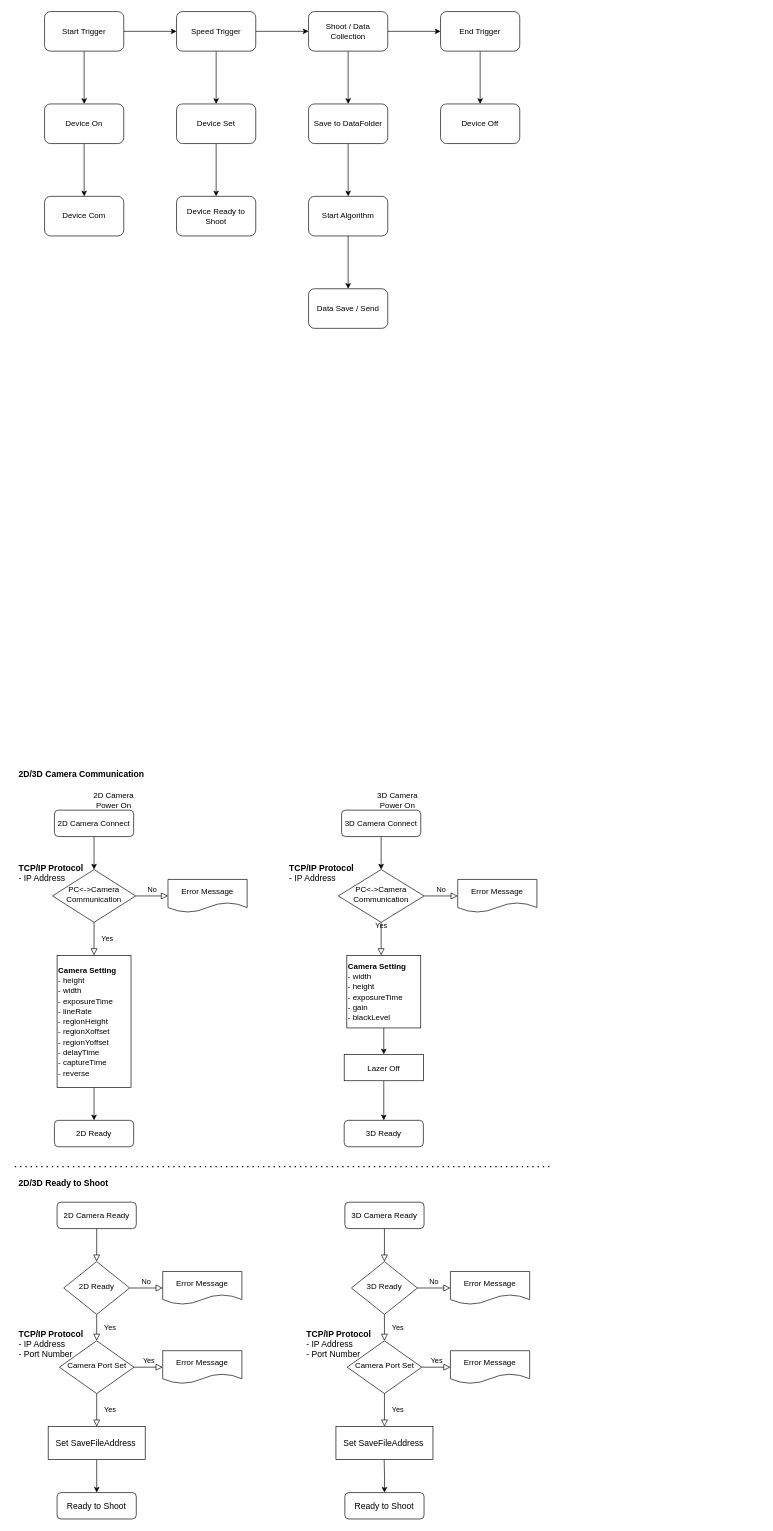
Before: 제목 없는 다이어그램.drawio in Mori2222/rpfirst, a draw.io diagram. Source tidied: cells renumbered, new cells numbered last; positions are measured from the earlier drawing's top-left corner, leaving out a move shared by most shapes. Both pictures are drawn from the tidied source at 66%, with x=0, y=0 at pixel (11, 11).
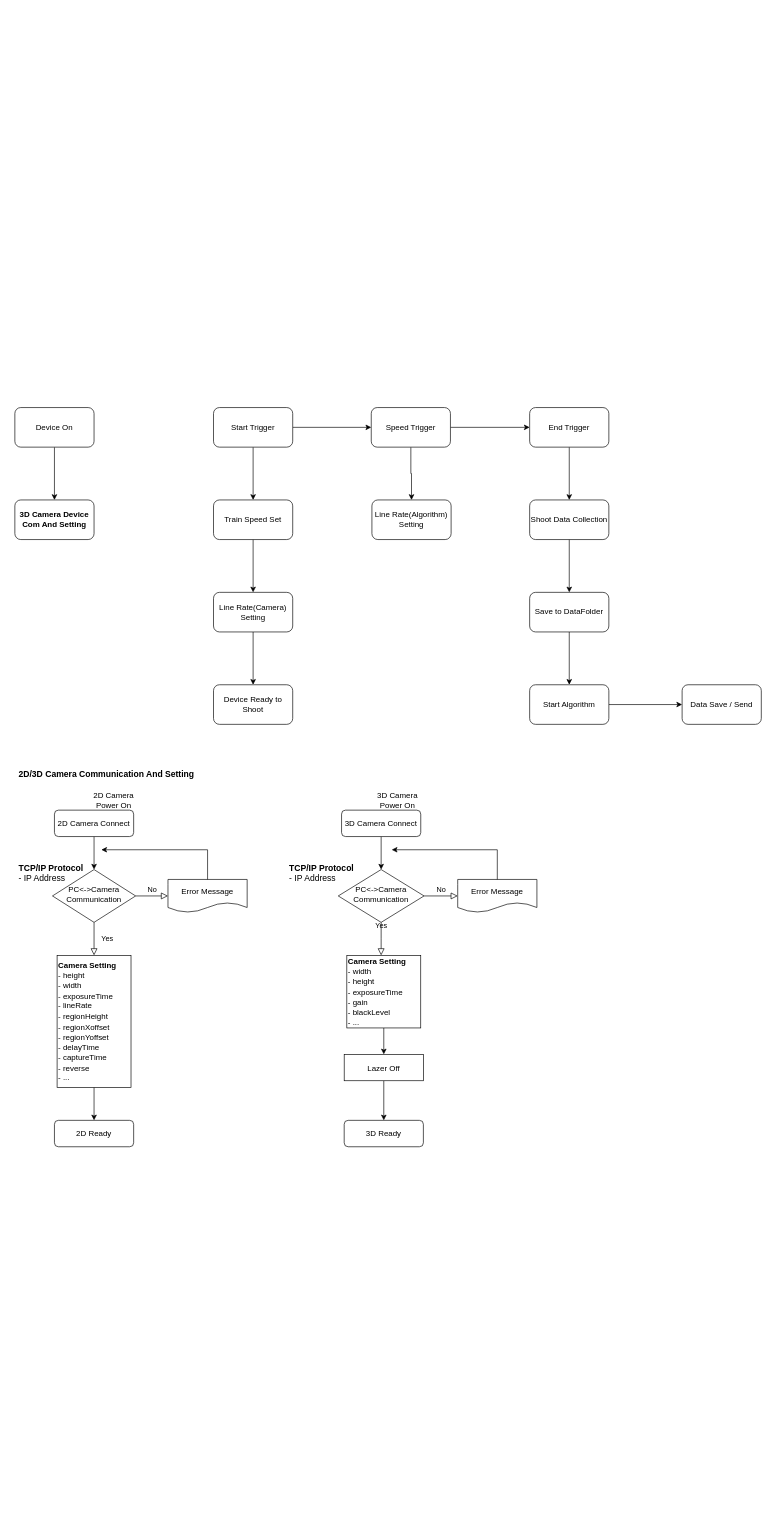
The same diagram, later.

Commit message:
제목 없는 다이어그램.drawio 업데이트

Unchanged cells that the change refers to:
```xml
<mxCell id="23" value="Error Message" style="shape=document;whiteSpace=wrap;html=1;boundedLbl=1;" parent="1" vertex="1">
  <mxGeometry x="237" y="1315" width="120" height="50" as="geometry" />
</mxCell>
<mxCell id="24" value="Error Message" style="shape=document;whiteSpace=wrap;html=1;boundedLbl=1;" parent="1" vertex="1">
  <mxGeometry x="676" y="1315" width="120" height="50" as="geometry" />
</mxCell>
```

Change to the diagram source:
```diff
@@
-    <mxCell id="15" style="rounded=0;html=1;jettySize=auto;fontSize=11;endArrow=block;endFill=0;endSize=8;strokeWidth=1;shadow=0;labelBackgroundColor=none;edgeStyle=orthogonalEdgeStyle;" parent="1" edge="1" source="16" target="19">
-      <mxGeometry relative="1" as="geometry" />
-    </mxCell>
-    <mxCell id="16" value="2D Camera Ready" style="rounded=1;whiteSpace=wrap;html=1;fontSize=12;glass=0;strokeWidth=1;shadow=0;" parent="1" vertex="1">
-      <mxGeometry x="69" y="1804" width="120" height="40" as="geometry" />
-    </mxCell>
-    <mxCell id="17" value="Yes" style="rounded=0;html=1;jettySize=auto;fontSize=11;endArrow=block;endFill=0;endSize=8;strokeWidth=1;shadow=0;labelBackgroundColor=none;edgeStyle=orthogonalEdgeStyle;" parent="1" edge="1" source="19" target="21">
-      <mxGeometry y="20" relative="1" as="geometry" />
-    </mxCell>
-    <mxCell id="18" value="No" style="edgeStyle=orthogonalEdgeStyle;rounded=0;html=1;jettySize=auto;fontSize=11;endArrow=block;endFill=0;endSize=8;strokeWidth=1;shadow=0;labelBackgroundColor=none;entryX=0;entryY=0.5;entryDx=0;entryDy=0;" parent="1" edge="1" source="19" target="36">
-      <mxGeometry y="10" relative="1" as="geometry" />
-    </mxCell>
-    <mxCell id="19" value="2D Ready" style="rhombus;whiteSpace=wrap;html=1;shadow=0;fontFamily=Helvetica;fontSize=12;align=center;strokeWidth=1;spacing=6;spacingTop=-4;" parent="1" vertex="1">
-      <mxGeometry x="79" y="1894" width="100" height="80" as="geometry" />
-    </mxCell>
-    <mxCell id="20" value="Yes" style="edgeStyle=orthogonalEdgeStyle;rounded=0;html=1;jettySize=auto;fontSize=11;endArrow=block;endFill=0;endSize=8;strokeWidth=1;shadow=0;labelBackgroundColor=none;entryX=0;entryY=0.5;entryDx=0;entryDy=0;" parent="1" edge="1" source="21" target="37">
-      <mxGeometry y="10" relative="1" as="geometry" />
-    </mxCell>
-    <mxCell id="21" value="Camera Port Set" style="rhombus;whiteSpace=wrap;html=1;shadow=0;fontFamily=Helvetica;fontSize=12;align=center;strokeWidth=1;spacing=6;spacingTop=-4;" parent="1" vertex="1">
-      <mxGeometry x="72.5" y="2014" width="113" height="80" as="geometry" />
-    </mxCell>
@@
-    <mxCell id="25" style="endArrow=none;dashed=1;html=1;dashPattern=1 3;strokeWidth=2;rounded=0;" parent="1" edge="1">
-      <mxGeometry relative="1" as="geometry">
-        <mxPoint x="5" y="1750" as="sourcePoint" />
-        <mxPoint x="816" y="1750" as="targetPoint" />
-      </mxGeometry>
-    </mxCell>
-    <mxCell id="26" value="2D/3D Camera Communication" style="text;strokeColor=none;fillColor=none;align=left;verticalAlign=middle;spacingLeft=4;spacingRight=4;overflow=hidden;fontStyle=1;fontSize=13;" parent="1" vertex="1">
-      <mxGeometry x="5" y="1140" width="203" height="30" as="geometry" />
+    <mxCell id="26" value="2D/3D Camera Communication And Setting" style="text;strokeColor=none;fillColor=none;align=left;verticalAlign=middle;spacingLeft=4;spacingRight=4;overflow=hidden;fontStyle=1;fontSize=13;" parent="1" vertex="1">
+      <mxGeometry x="5" y="1140" width="281" height="30" as="geometry" />
     </mxCell>
@@
-    <mxCell id="32" value="&lt;span style=&quot;font-size: 12px;&quot;&gt;&lt;b&gt;Camera Setting&lt;/b&gt;&lt;br&gt;- height&lt;br&gt;- width&lt;br&gt;- exposureTime&lt;br&gt;- lineRate&lt;br&gt;- regionHeight&lt;br&gt;- regionXoffset&lt;br&gt;- regionYoffset&lt;br&gt;- delayTime&lt;br&gt;- captureTime&lt;br&gt;- reverse&lt;br&gt;&lt;/span&gt;" style="rounded=0;whiteSpace=wrap;html=1;fontSize=13;align=left;" parent="1" vertex="1">
+    <mxCell id="32" value="&lt;span style=&quot;font-size: 12px;&quot;&gt;&lt;b&gt;Camera Setting&lt;/b&gt;&lt;br&gt;- height&lt;br&gt;- width&lt;br&gt;- exposureTime&lt;br&gt;- lineRate&lt;br&gt;- regionHeight&lt;br&gt;- regionXoffset&lt;br&gt;- regionYoffset&lt;br&gt;- delayTime&lt;br&gt;- captureTime&lt;br&gt;- reverse&lt;br&gt;- ...&lt;br&gt;&lt;/span&gt;" style="rounded=0;whiteSpace=wrap;html=1;fontSize=13;align=left;" parent="1" vertex="1">
       <mxGeometry x="69" y="1430" width="112" height="200" as="geometry" />
     </mxCell>
-    <mxCell id="33" value="&lt;div style=&quot;text-align: left;&quot;&gt;&lt;b style=&quot;background-color: initial;&quot;&gt;TCP/IP Protocol&lt;/b&gt;&lt;/div&gt;&lt;div style=&quot;text-align: left;&quot;&gt;&lt;span style=&quot;background-color: initial;&quot;&gt;- IP Address&lt;/span&gt;&lt;/div&gt;&lt;div style=&quot;text-align: left;&quot;&gt;&lt;span style=&quot;background-color: initial;&quot;&gt;- Port Number&lt;/span&gt;&lt;/div&gt;" style="text;html=1;strokeColor=none;fillColor=none;align=center;verticalAlign=middle;whiteSpace=wrap;rounded=0;fontSize=13;" parent="1" vertex="1">
-      <mxGeometry y="1994" width="120" height="50" as="geometry" />
-    </mxCell>
@@
-    <mxCell id="35" value="&lt;span style=&quot;font-size: 12px;&quot;&gt;&lt;b&gt;Camera Setting&lt;/b&gt;&lt;br&gt;- width&lt;br&gt;- height&lt;br&gt;- exposureTime&lt;br&gt;- gain&lt;br&gt;- blackLevel&lt;br&gt;&lt;/span&gt;" style="rounded=0;whiteSpace=wrap;html=1;fontSize=13;align=left;" parent="1" vertex="1">
+    <mxCell id="35" value="&lt;span style=&quot;font-size: 12px;&quot;&gt;&lt;b&gt;Camera Setting&lt;/b&gt;&lt;br&gt;- width&lt;br&gt;- height&lt;br&gt;- exposureTime&lt;br&gt;- gain&lt;br&gt;- blackLevel&lt;br&gt;- ...&lt;br&gt;&lt;/span&gt;" style="rounded=0;whiteSpace=wrap;html=1;fontSize=13;align=left;" parent="1" vertex="1">
       <mxGeometry x="508" y="1430" width="112" height="110" as="geometry" />
     </mxCell>
-    <mxCell id="36" value="Error Message" style="shape=document;whiteSpace=wrap;html=1;boundedLbl=1;" parent="1" vertex="1">
-      <mxGeometry x="229" y="1909" width="120" height="50" as="geometry" />
-    </mxCell>
-    <mxCell id="37" value="Error Message" style="shape=document;whiteSpace=wrap;html=1;boundedLbl=1;" parent="1" vertex="1">
-      <mxGeometry x="229" y="2029" width="120" height="50" as="geometry" />
-    </mxCell>
-    <mxCell id="38" value="Yes" style="rounded=0;html=1;jettySize=auto;fontSize=11;endArrow=block;endFill=0;endSize=8;strokeWidth=1;shadow=0;labelBackgroundColor=none;edgeStyle=orthogonalEdgeStyle;exitX=0.5;exitY=1;exitDx=0;exitDy=0;entryX=0.5;entryY=0;entryDx=0;entryDy=0;" parent="1" edge="1" source="21" target="40">
-      <mxGeometry y="20" relative="1" as="geometry" />
-    </mxCell>
-    <mxCell id="39" style="edgeStyle=orthogonalEdgeStyle;rounded=0;jettySize=auto;html=1;entryX=0.5;entryY=0;entryDx=0;entryDy=0;fontSize=13;" parent="1" edge="1" source="40" target="55">
-      <mxGeometry relative="1" as="geometry" />
-    </mxCell>
-    <mxCell id="40" value="Set SaveFileAddress&amp;nbsp;" style="rounded=0;whiteSpace=wrap;html=1;fontSize=13;" parent="1" vertex="1">
-      <mxGeometry x="55.5" y="2144" width="147" height="50" as="geometry" />
-    </mxCell>
-    <mxCell id="41" style="rounded=0;html=1;jettySize=auto;fontSize=11;endArrow=block;endFill=0;endSize=8;strokeWidth=1;shadow=0;labelBackgroundColor=none;edgeStyle=orthogonalEdgeStyle;" parent="1" edge="1" source="42" target="45">
-      <mxGeometry relative="1" as="geometry" />
-    </mxCell>
-    <mxCell id="42" value="3D Camera Ready" style="rounded=1;whiteSpace=wrap;html=1;fontSize=12;glass=0;strokeWidth=1;shadow=0;" parent="1" vertex="1">
-      <mxGeometry x="505" y="1804" width="120" height="40" as="geometry" />
-    </mxCell>
-    <mxCell id="43" value="Yes" style="rounded=0;html=1;jettySize=auto;fontSize=11;endArrow=block;endFill=0;endSize=8;strokeWidth=1;shadow=0;labelBackgroundColor=none;edgeStyle=orthogonalEdgeStyle;" parent="1" edge="1" source="45" target="47">
-      <mxGeometry y="20" relative="1" as="geometry" />
-    </mxCell>
-    <mxCell id="44" value="No" style="edgeStyle=orthogonalEdgeStyle;rounded=0;html=1;jettySize=auto;fontSize=11;endArrow=block;endFill=0;endSize=8;strokeWidth=1;shadow=0;labelBackgroundColor=none;entryX=0;entryY=0.5;entryDx=0;entryDy=0;" parent="1" edge="1" source="45" target="49">
-      <mxGeometry y="10" relative="1" as="geometry" />
-    </mxCell>
-    <mxCell id="45" value="3D Ready" style="rhombus;whiteSpace=wrap;html=1;shadow=0;fontFamily=Helvetica;fontSize=12;align=center;strokeWidth=1;spacing=6;spacingTop=-4;" parent="1" vertex="1">
-      <mxGeometry x="515" y="1894" width="100" height="80" as="geometry" />
-    </mxCell>
-    <mxCell id="46" value="Yes" style="edgeStyle=orthogonalEdgeStyle;rounded=0;html=1;jettySize=auto;fontSize=11;endArrow=block;endFill=0;endSize=8;strokeWidth=1;shadow=0;labelBackgroundColor=none;entryX=0;entryY=0.5;entryDx=0;entryDy=0;" parent="1" edge="1" source="47" target="50">
-      <mxGeometry y="10" relative="1" as="geometry" />
-    </mxCell>
-    <mxCell id="47" value="Camera Port Set" style="rhombus;whiteSpace=wrap;html=1;shadow=0;fontFamily=Helvetica;fontSize=12;align=center;strokeWidth=1;spacing=6;spacingTop=-4;" parent="1" vertex="1">
-      <mxGeometry x="508.5" y="2014" width="113" height="80" as="geometry" />
-    </mxCell>
-    <mxCell id="48" value="&lt;div style=&quot;text-align: left;&quot;&gt;&lt;b style=&quot;background-color: initial;&quot;&gt;TCP/IP Protocol&lt;/b&gt;&lt;/div&gt;&lt;div style=&quot;text-align: left;&quot;&gt;&lt;span style=&quot;background-color: initial;&quot;&gt;- IP Address&lt;/span&gt;&lt;/div&gt;&lt;div style=&quot;text-align: left;&quot;&gt;&lt;span style=&quot;background-color: initial;&quot;&gt;- Port Number&lt;/span&gt;&lt;/div&gt;" style="text;html=1;strokeColor=none;fillColor=none;align=center;verticalAlign=middle;whiteSpace=wrap;rounded=0;fontSize=13;" parent="1" vertex="1">
-      <mxGeometry x="436" y="1994" width="120" height="50" as="geometry" />
-    </mxCell>
-    <mxCell id="49" value="Error Message" style="shape=document;whiteSpace=wrap;html=1;boundedLbl=1;" parent="1" vertex="1">
-      <mxGeometry x="665" y="1909" width="120" height="50" as="geometry" />
-    </mxCell>
-    <mxCell id="50" value="Error Message" style="shape=document;whiteSpace=wrap;html=1;boundedLbl=1;" parent="1" vertex="1">
-      <mxGeometry x="665" y="2029" width="120" height="50" as="geometry" />
-    </mxCell>
-    <mxCell id="51" value="Yes" style="rounded=0;html=1;jettySize=auto;fontSize=11;endArrow=block;endFill=0;endSize=8;strokeWidth=1;shadow=0;labelBackgroundColor=none;edgeStyle=orthogonalEdgeStyle;exitX=0.5;exitY=1;exitDx=0;exitDy=0;entryX=0.5;entryY=0;entryDx=0;entryDy=0;" parent="1" edge="1" source="47" target="52">
-      <mxGeometry y="20" relative="1" as="geometry" />
-    </mxCell>
-    <mxCell id="52" value="Set SaveFileAddress&amp;nbsp;" style="rounded=0;whiteSpace=wrap;html=1;fontSize=13;" parent="1" vertex="1">
-      <mxGeometry x="491.5" y="2144" width="147" height="50" as="geometry" />
-    </mxCell>
-    <mxCell id="53" style="edgeStyle=orthogonalEdgeStyle;rounded=0;jettySize=auto;html=1;fontSize=13;entryX=0.5;entryY=0;entryDx=0;entryDy=0;" parent="1" edge="1" target="54">
-      <mxGeometry relative="1" as="geometry">
-        <mxPoint x="564.6" y="2194" as="sourcePoint" />
-      </mxGeometry>
-    </mxCell>
-    <mxCell id="54" value="&lt;span style=&quot;font-size: 13px;&quot;&gt;Ready to Shoot&lt;/span&gt;" style="rounded=1;whiteSpace=wrap;html=1;fontSize=12;glass=0;strokeWidth=1;shadow=0;" parent="1" vertex="1">
-      <mxGeometry x="505" y="2244" width="120" height="40" as="geometry" />
-    </mxCell>
-    <mxCell id="55" value="&lt;span style=&quot;font-size: 13px;&quot;&gt;Ready to Shoot&lt;/span&gt;" style="rounded=1;whiteSpace=wrap;html=1;fontSize=12;glass=0;strokeWidth=1;shadow=0;" parent="1" vertex="1">
-      <mxGeometry x="69" y="2244" width="120" height="40" as="geometry" />
-    </mxCell>
-    <mxCell id="56" value="2D/3D Ready to Shoot" style="text;strokeColor=none;fillColor=none;align=left;verticalAlign=middle;spacingLeft=4;spacingRight=4;overflow=hidden;fontStyle=1;fontSize=13;" parent="1" vertex="1">
-      <mxGeometry x="5" y="1760" width="203" height="30" as="geometry" />
-    </mxCell>
-    <mxCell id="57" style="edgeStyle=orthogonalEdgeStyle;rounded=0;jettySize=auto;html=1;" parent="1" edge="1" source="59" target="64">
-      <mxGeometry relative="1" as="geometry" />
-    </mxCell>
@@
+    <mxCell id="80" style="edgeStyle=orthogonalEdgeStyle;rounded=0;jettySize=auto;html=1;" parent="1" edge="1" source="59" target="86">
+      <mxGeometry relative="1" as="geometry" />
+    </mxCell>
     <mxCell id="59" value="Start Trigger" style="rounded=1;whiteSpace=wrap;html=1;" parent="1" vertex="1">
-      <mxGeometry x="50" width="120" height="60" as="geometry" />
+      <mxGeometry x="306" y="600" width="120" height="60" as="geometry" />
     </mxCell>
-    <mxCell id="60" style="edgeStyle=orthogonalEdgeStyle;rounded=0;jettySize=auto;html=1;" parent="1" edge="1" source="61" target="62">
-      <mxGeometry relative="1" as="geometry" />
-    </mxCell>
-    <mxCell id="61" value="Device Set" style="whiteSpace=wrap;html=1;rounded=1;" parent="1" vertex="1">
-      <mxGeometry x="250" y="140" width="120" height="60" as="geometry" />
+    <mxCell id="61" value="&lt;span style=&quot;text-align: left;&quot;&gt;Line Rate(&lt;/span&gt;&lt;span style=&quot;text-align: left;&quot;&gt;Algorithm)&lt;br&gt;Setting&lt;br&gt;&lt;/span&gt;" style="whiteSpace=wrap;html=1;rounded=1;" parent="1" vertex="1">
+      <mxGeometry x="546" y="740" width="120" height="60" as="geometry" />
     </mxCell>
-    <mxCell id="62" value="Device Ready to Shoot" style="whiteSpace=wrap;html=1;rounded=1;" parent="1" vertex="1">
-      <mxGeometry x="250" y="280" width="120" height="60" as="geometry" />
-    </mxCell>
@@
     <mxCell id="64" value="Device On" style="whiteSpace=wrap;html=1;rounded=1;" parent="1" vertex="1">
-      <mxGeometry x="50" y="140" width="120" height="60" as="geometry" />
+      <mxGeometry x="5" y="600" width="120" height="60" as="geometry" />
     </mxCell>
-    <mxCell id="65" value="Device Com" style="whiteSpace=wrap;html=1;rounded=1;" parent="1" vertex="1">
-      <mxGeometry x="50" y="280" width="120" height="60" as="geometry" />
+    <mxCell id="65" value="&lt;b&gt;3D Camera Device Com And Setting&lt;/b&gt;" style="whiteSpace=wrap;html=1;rounded=1;" parent="1" vertex="1">
+      <mxGeometry x="5" y="740" width="120" height="60" as="geometry" />
     </mxCell>
@@
-    <mxCell id="67" style="edgeStyle=orthogonalEdgeStyle;rounded=0;jettySize=auto;html=1;" parent="1" edge="1" source="68" target="71">
-      <mxGeometry relative="1" as="geometry" />
-    </mxCell>
+    <mxCell id="81" style="edgeStyle=orthogonalEdgeStyle;rounded=0;jettySize=auto;html=1;" parent="1" edge="1" source="68" target="78">
+      <mxGeometry relative="1" as="geometry" />
+    </mxCell>
     <mxCell id="68" value="Speed Trigger" style="rounded=1;whiteSpace=wrap;html=1;" parent="1" vertex="1">
-      <mxGeometry x="250" width="120" height="60" as="geometry" />
+      <mxGeometry x="545" y="600" width="120" height="60" as="geometry" />
     </mxCell>
@@
-    <mxCell id="70" style="edgeStyle=orthogonalEdgeStyle;rounded=0;jettySize=auto;html=1;" parent="1" edge="1" source="71" target="78">
-      <mxGeometry relative="1" as="geometry" />
-    </mxCell>
-    <mxCell id="71" value="Shoot / Data Collection" style="whiteSpace=wrap;html=1;rounded=1;" parent="1" vertex="1">
-      <mxGeometry x="450" width="120" height="60" as="geometry" />
+    <mxCell id="71" value="Shoot Data Collection" style="whiteSpace=wrap;html=1;rounded=1;" parent="1" vertex="1">
+      <mxGeometry x="785" y="740" width="120" height="60" as="geometry" />
     </mxCell>
@@
     <mxCell id="73" value="Save to DataFolder" style="whiteSpace=wrap;html=1;rounded=1;" parent="1" vertex="1">
-      <mxGeometry x="450" y="140" width="120" height="60" as="geometry" />
+      <mxGeometry x="785" y="880" width="120" height="60" as="geometry" />
     </mxCell>
@@
     <mxCell id="75" value="&lt;div style=&quot;text-align: left;&quot;&gt;&lt;span style=&quot;background-color: initial;&quot;&gt;Start Algorithm&lt;/span&gt;&lt;/div&gt;" style="whiteSpace=wrap;html=1;rounded=1;" parent="1" vertex="1">
-      <mxGeometry x="450" y="280" width="120" height="60" as="geometry" />
+      <mxGeometry x="785" y="1020" width="120" height="60" as="geometry" />
     </mxCell>
     <mxCell id="76" value="Data Save / Send" style="whiteSpace=wrap;html=1;rounded=1;" parent="1" vertex="1">
-      <mxGeometry x="450" y="420" width="120" height="60" as="geometry" />
+      <mxGeometry x="1016" y="1020" width="120" height="60" as="geometry" />
     </mxCell>
-    <mxCell id="77" style="edgeStyle=orthogonalEdgeStyle;rounded=0;jettySize=auto;html=1;" parent="1" edge="1" source="78" target="79">
-      <mxGeometry relative="1" as="geometry" />
-    </mxCell>
+    <mxCell id="82" style="edgeStyle=orthogonalEdgeStyle;rounded=0;jettySize=auto;html=1;" parent="1" edge="1" source="78" target="71">
+      <mxGeometry relative="1" as="geometry" />
+    </mxCell>
     <mxCell id="78" value="End Trigger" style="whiteSpace=wrap;html=1;rounded=1;" parent="1" vertex="1">
-      <mxGeometry x="650" width="120" height="60" as="geometry" />
+      <mxGeometry x="785" y="600" width="120" height="60" as="geometry" />
     </mxCell>
-    <mxCell id="79" value="Device Off" style="whiteSpace=wrap;html=1;rounded=1;" parent="1" vertex="1">
-      <mxGeometry x="650" y="140" width="120" height="60" as="geometry" />
-    </mxCell>
+    <mxCell id="83" style="endArrow=classic;html=1;rounded=0;exitX=0.5;exitY=0;exitDx=0;exitDy=0;" parent="1" edge="1" source="24">
+      <mxGeometry relative="1" as="geometry">
+        <mxPoint x="576" y="1270" as="targetPoint" />
+        <Array as="points">
+          <mxPoint x="736" y="1270" />
+        </Array>
+      </mxGeometry>
+    </mxCell>
+    <mxCell id="84" style="endArrow=classic;html=1;rounded=0;exitX=0.5;exitY=0;exitDx=0;exitDy=0;" parent="1" edge="1" source="23">
+      <mxGeometry relative="1" as="geometry">
+        <mxPoint x="136" y="1270" as="targetPoint" />
+        <Array as="points">
+          <mxPoint x="297" y="1270" />
+        </Array>
+      </mxGeometry>
+    </mxCell>
+    <mxCell id="85" style="edgeStyle=orthogonalEdgeStyle;rounded=0;jettySize=auto;html=1;" parent="1" edge="1" source="86" target="88">
+      <mxGeometry relative="1" as="geometry" />
+    </mxCell>
+    <mxCell id="86" value="Train Speed Set" style="whiteSpace=wrap;html=1;rounded=1;" parent="1" vertex="1">
+      <mxGeometry x="306" y="740" width="120" height="60" as="geometry" />
+    </mxCell>
+    <mxCell id="87" style="edgeStyle=orthogonalEdgeStyle;rounded=0;jettySize=auto;html=1;" parent="1" edge="1" source="88" target="62">
+      <mxGeometry relative="1" as="geometry" />
+    </mxCell>
+    <mxCell id="88" value="Line Rate(Camera) Setting" style="whiteSpace=wrap;html=1;rounded=1;" parent="1" vertex="1">
+      <mxGeometry x="306" y="880" width="120" height="60" as="geometry" />
+    </mxCell>
+    <mxCell id="62" value="Device Ready to Shoot" style="whiteSpace=wrap;html=1;rounded=1;" parent="1" vertex="1">
+      <mxGeometry x="306" y="1020" width="120" height="60" as="geometry" />
+    </mxCell>
```
